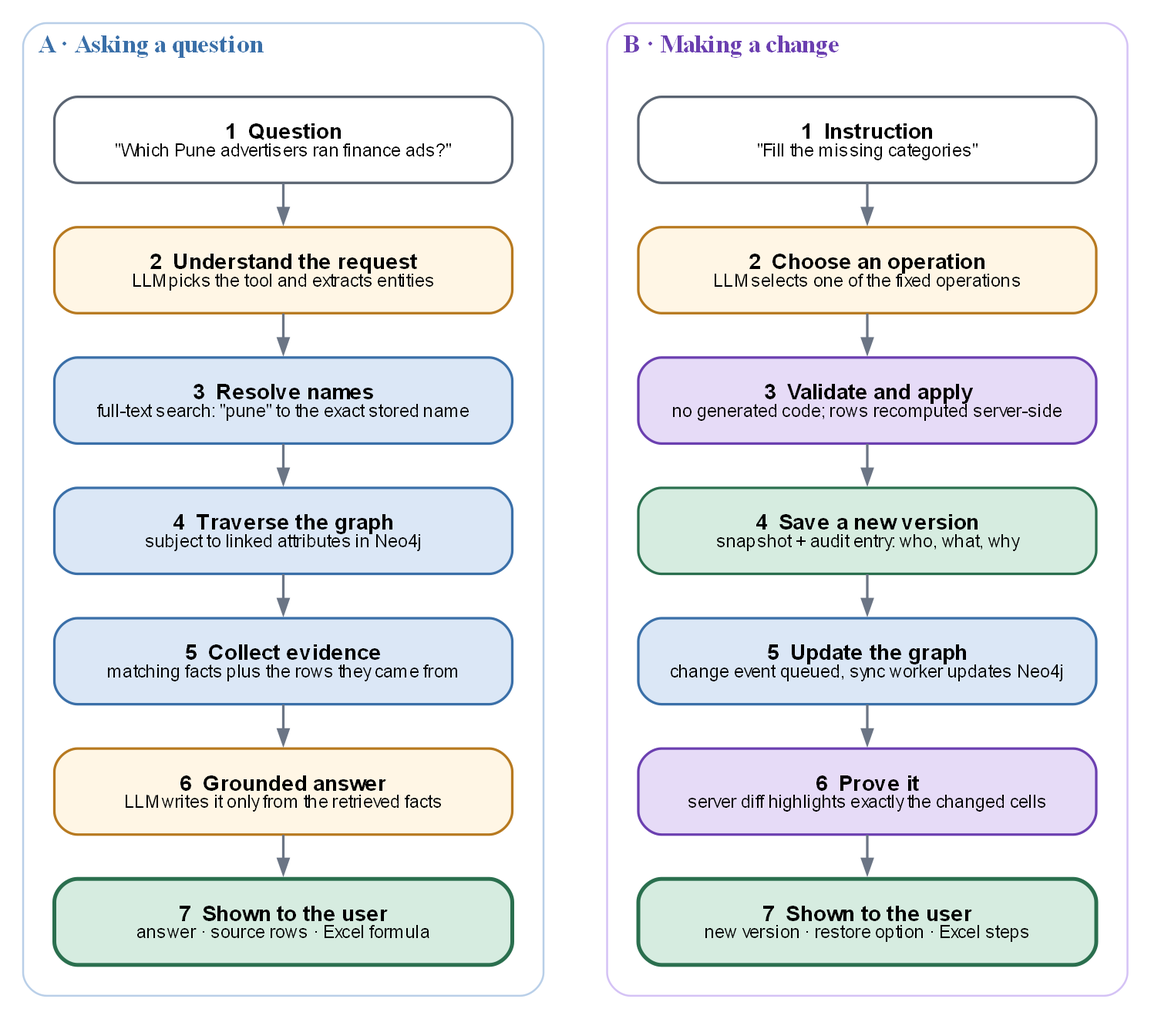
Earlier version of the Graphviz export docs/diagrams/request_flow.png (Raj-nikam26/ad-intel-agent). Its source is kept beside it as docs/diagrams/request_flow.dot.
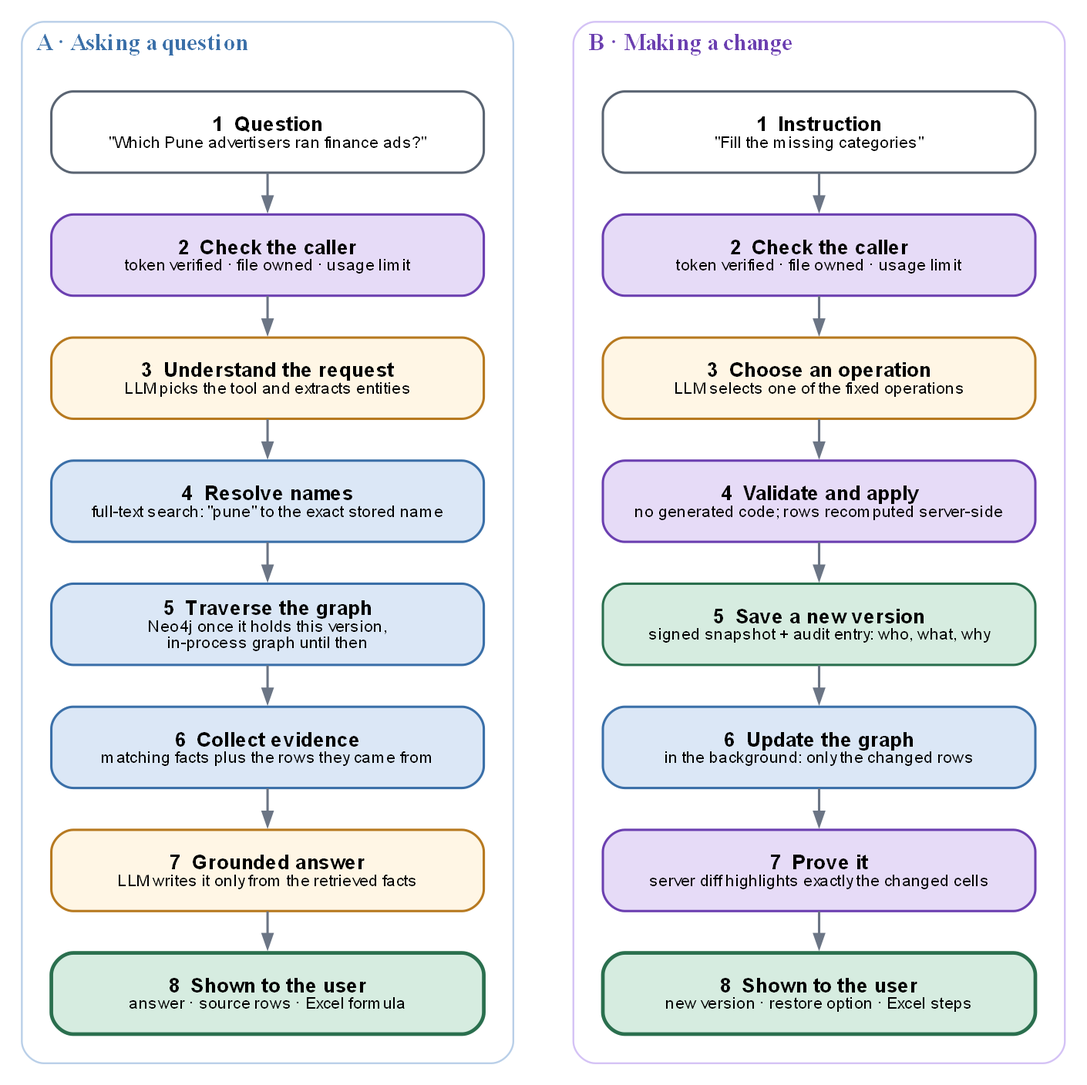
After the commit.

What changed in the source:
```diff
@@ -8,25 +8,27 @@
     label=<<FONT POINT-SIZE="13" COLOR="#3a6fa8"><B>A · Asking a question</B></FONT>>; labeljust=l;
     style="rounded"; color="#b9cfe8"; margin=16;
     q1 [label=<<B>1  Question</B><BR/><FONT POINT-SIZE="9.5">"Which Pune advertisers ran finance ads?"</FONT>>, fillcolor="#ffffff"];
-    q2 [label=<<B>2  Understand the request</B><BR/><FONT POINT-SIZE="9.5">LLM picks the tool and extracts entities</FONT>>, fillcolor="#fff6e5", color="#b7791f"];
-    q3 [label=<<B>3  Resolve names</B><BR/><FONT POINT-SIZE="9.5">full-text search: "pune" to the exact stored name</FONT>>, fillcolor="#dbe7f6", color="#3a6fa8"];
-    q4 [label=<<B>4  Traverse the graph</B><BR/><FONT POINT-SIZE="9.5">subject to linked attributes in Neo4j</FONT>>, fillcolor="#dbe7f6", color="#3a6fa8"];
-    q5 [label=<<B>5  Collect evidence</B><BR/><FONT POINT-SIZE="9.5">matching facts plus the rows they came from</FONT>>, fillcolor="#dbe7f6", color="#3a6fa8"];
-    q6 [label=<<B>6  Grounded answer</B><BR/><FONT POINT-SIZE="9.5">LLM writes it only from the retrieved facts</FONT>>, fillcolor="#fff6e5", color="#b7791f"];
-    q7 [label=<<B>7  Shown to the user</B><BR/><FONT POINT-SIZE="9.5">answer · source rows · Excel formula</FONT>>, fillcolor="#d6ece0", color="#2a6f4e", penwidth=2];
-    q1 -> q2 -> q3 -> q4 -> q5 -> q6 -> q7;
+    q0 [label=<<B>2  Check the caller</B><BR/><FONT POINT-SIZE="9.5">token verified · file owned · usage limit</FONT>>, fillcolor="#e6dbf7", color="#6b3fb0"];
+    q2 [label=<<B>3  Understand the request</B><BR/><FONT POINT-SIZE="9.5">LLM picks the tool and extracts entities</FONT>>, fillcolor="#fff6e5", color="#b7791f"];
+    q3 [label=<<B>4  Resolve names</B><BR/><FONT POINT-SIZE="9.5">full-text search: "pune" to the exact stored name</FONT>>, fillcolor="#dbe7f6", color="#3a6fa8"];
+    q4 [label=<<B>5  Traverse the graph</B><BR/><FONT POINT-SIZE="9.5">Neo4j once it holds this version,<BR/>in-process graph until then</FONT>>, fillcolor="#dbe7f6", color="#3a6fa8"];
+    q5 [label=<<B>6  Collect evidence</B><BR/><FONT POINT-SIZE="9.5">matching facts plus the rows they came from</FONT>>, fillcolor="#dbe7f6", color="#3a6fa8"];
+    q6 [label=<<B>7  Grounded answer</B><BR/><FONT POINT-SIZE="9.5">LLM writes it only from the retrieved facts</FONT>>, fillcolor="#fff6e5", color="#b7791f"];
+    q7 [label=<<B>8  Shown to the user</B><BR/><FONT POINT-SIZE="9.5">answer · source rows · Excel formula</FONT>>, fillcolor="#d6ece0", color="#2a6f4e", penwidth=2];
+    q1 -> q0 -> q2 -> q3 -> q4 -> q5 -> q6 -> q7;
   }
 
   subgraph cluster_e {
     label=<<FONT POINT-SIZE="13" COLOR="#6b3fb0"><B>B · Making a change</B></FONT>>; labeljust=l;
     style="rounded"; color="#d4c2f5"; margin=16;
     e1 [label=<<B>1  Instruction</B><BR/><FONT POINT-SIZE="9.5">"Fill the missing categories"</FONT>>, fillcolor="#ffffff"];
-    e2 [label=<<B>2  Choose an operation</B><BR/><FONT POINT-SIZE="9.5">LLM selects one of the fixed operations</FONT>>, fillcolor="#fff6e5", color="#b7791f"];
-    e3 [label=<<B>3  Validate and apply</B><BR/><FONT POINT-SIZE="9.5">no generated code; rows recomputed server-side</FONT>>, fillcolor="#e6dbf7", color="#6b3fb0"];
-    e4 [label=<<B>4  Save a new version</B><BR/><FONT POINT-SIZE="9.5">snapshot + audit entry: who, what, why</FONT>>, fillcolor="#d6ece0", color="#2a6f4e"];
-    e5 [label=<<B>5  Update the graph</B><BR/><FONT POINT-SIZE="9.5">change event queued, sync worker updates Neo4j</FONT>>, fillcolor="#dbe7f6", color="#3a6fa8"];
-    e6 [label=<<B>6  Prove it</B><BR/><FONT POINT-SIZE="9.5">server diff highlights exactly the changed cells</FONT>>, fillcolor="#e6dbf7", color="#6b3fb0"];
-    e7 [label=<<B>7  Shown to the user</B><BR/><FONT POINT-SIZE="9.5">new version · restore option · Excel steps</FONT>>, fillcolor="#d6ece0", color="#2a6f4e", penwidth=2];
-    e1 -> e2 -> e3 -> e4 -> e5 -> e6 -> e7;
+    e0 [label=<<B>2  Check the caller</B><BR/><FONT POINT-SIZE="9.5">token verified · file owned · usage limit</FONT>>, fillcolor="#e6dbf7", color="#6b3fb0"];
+    e2 [label=<<B>3  Choose an operation</B><BR/><FONT POINT-SIZE="9.5">LLM selects one of the fixed operations</FONT>>, fillcolor="#fff6e5", color="#b7791f"];
+    e3 [label=<<B>4  Validate and apply</B><BR/><FONT POINT-SIZE="9.5">no generated code; rows recomputed server-side</FONT>>, fillcolor="#e6dbf7", color="#6b3fb0"];
+    e4 [label=<<B>5  Save a new version</B><BR/><FONT POINT-SIZE="9.5">signed snapshot + audit entry: who, what, why</FONT>>, fillcolor="#d6ece0", color="#2a6f4e"];
+    e5 [label=<<B>6  Update the graph</B><BR/><FONT POINT-SIZE="9.5">in the background: only the changed rows</FONT>>, fillcolor="#dbe7f6", color="#3a6fa8"];
+    e6 [label=<<B>7  Prove it</B><BR/><FONT POINT-SIZE="9.5">server diff highlights exactly the changed cells</FONT>>, fillcolor="#e6dbf7", color="#6b3fb0"];
+    e7 [label=<<B>8  Shown to the user</B><BR/><FONT POINT-SIZE="9.5">new version · restore option · Excel steps</FONT>>, fillcolor="#d6ece0", color="#2a6f4e", penwidth=2];
+    e1 -> e0 -> e2 -> e3 -> e4 -> e5 -> e6 -> e7;
   }
 }
```
